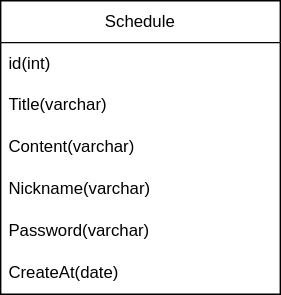
Above: documents/schedule-erd.svg in newbe01/schedule (draw.io), before the change. Source tidied: cells renumbered, new cells last; positions are measured from the earlier drawing's top-left corner, leaving out a move shared by most shapes.
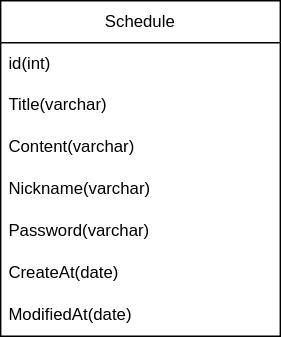
The same file after the commit.

Change to the diagram source:
```diff
@@ -3,7 +3,7 @@
     <mxCell id="0" />
     <mxCell id="1" parent="0" />
     <mxCell id="2" value="Schedule" style="swimlane;fontStyle=0;horizontal=1;startSize=30;whiteSpace=wrap;html=1;" parent="1" vertex="1">
-      <mxGeometry width="200" height="210" as="geometry" />
+      <mxGeometry width="200" height="240" as="geometry" />
     </mxCell>
     <mxCell id="3" value="id(int)" style="text;strokeColor=none;fillColor=none;align=left;verticalAlign=middle;spacingLeft=4;spacingRight=4;overflow=hidden;whiteSpace=wrap;html=1;" parent="2" vertex="1">
       <mxGeometry y="30" width="200" height="30" as="geometry" />
@@ -23,5 +23,8 @@
     <mxCell id="8" value="CreateAt(date)" style="text;strokeColor=none;fillColor=none;align=left;verticalAlign=middle;spacingLeft=4;spacingRight=4;overflow=hidden;whiteSpace=wrap;html=1;" parent="2" vertex="1">
       <mxGeometry y="180" width="200" height="30" as="geometry" />
     </mxCell>
+    <mxCell id="9" value="ModifiedAt(date)" style="text;strokeColor=none;fillColor=none;align=left;verticalAlign=middle;spacingLeft=4;spacingRight=4;overflow=hidden;whiteSpace=wrap;html=1;" parent="2" vertex="1">
+      <mxGeometry y="210" width="200" height="30" as="geometry" />
+    </mxCell>
   </root>
 </mxGraphModel>
```
